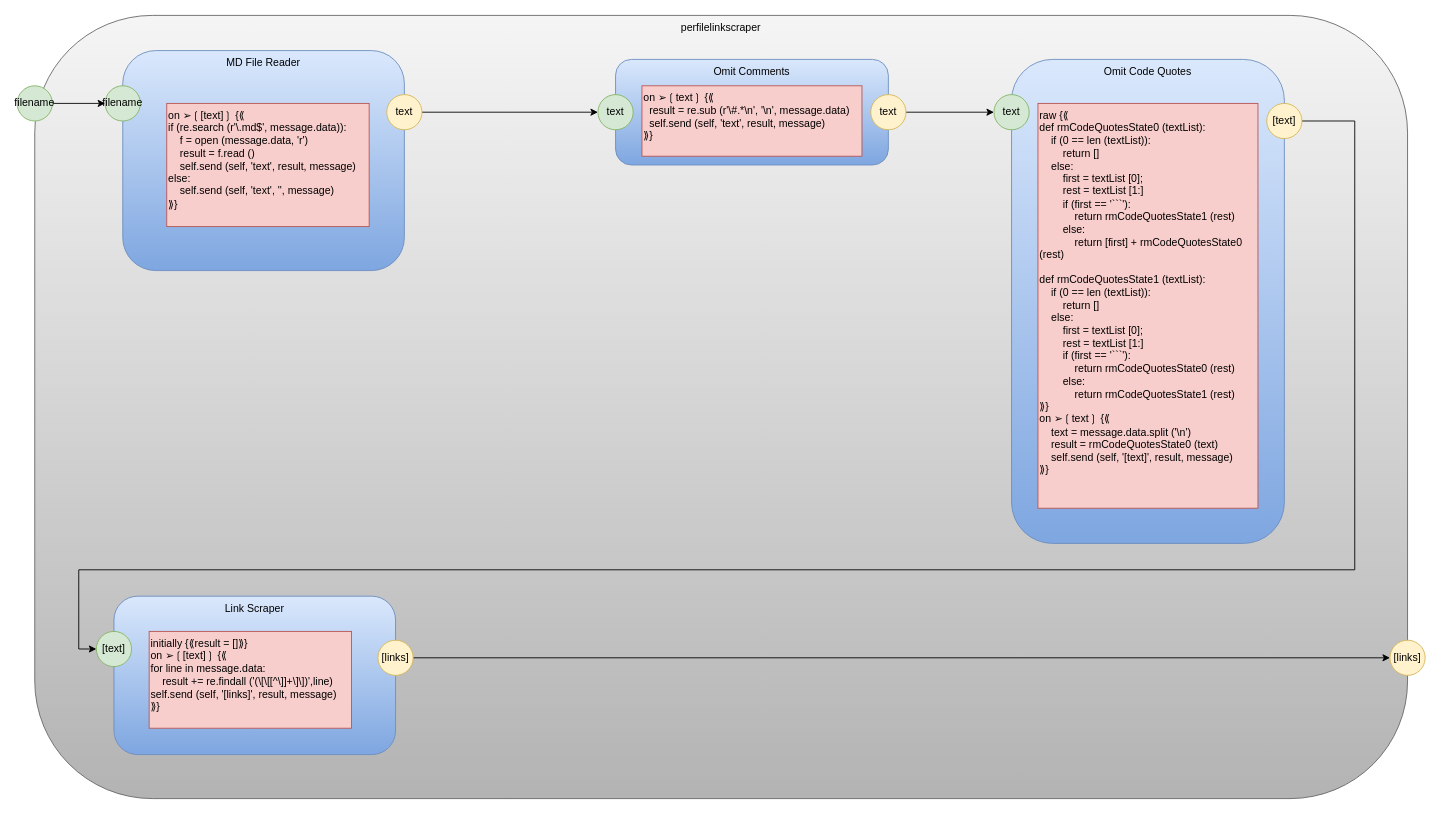
This is poc/perfilelinkscraper.drawio from guitarvydas/pypm, a draw.io file, before an edit. Source tidied: cells renumbered, new cells numbered last; positions are measured from the earlier drawing's top-left corner, leaving out a move shared by most shapes. Both pictures are drawn from the tidied source at 88%, with x=0, y=0 at pixel (17, 15).
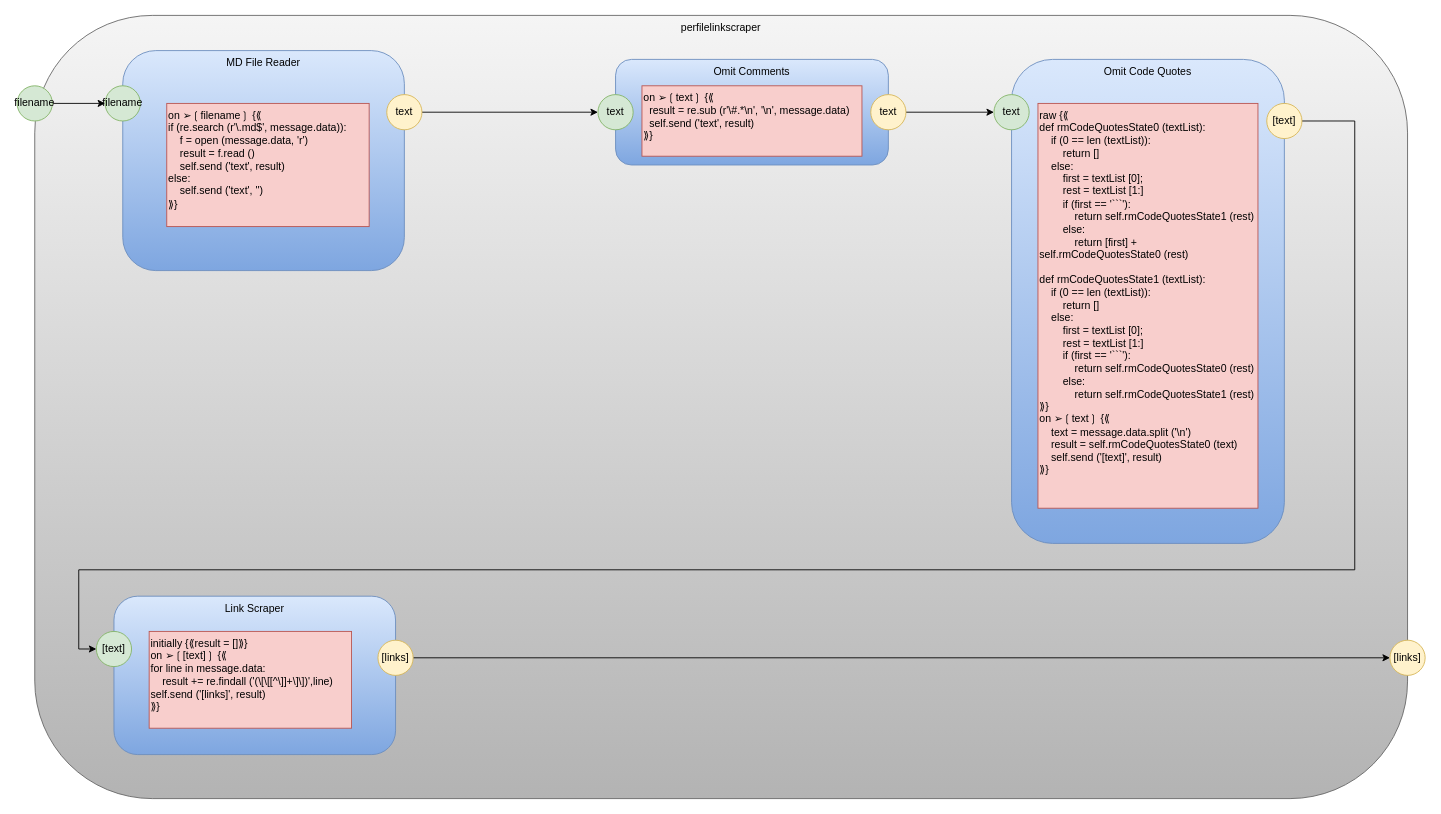
After the change.

Diff of the diagram source:
````diff
@@
-    <mxCell id="22" value="&lt;div&gt;&lt;div&gt;&lt;div&gt;raw {⟪&lt;/div&gt;&lt;div&gt;def rmCodeQuotesState0 (textList):&lt;/div&gt;&lt;div&gt;&amp;nbsp; &amp;nbsp; if (0 == len (textList)):&lt;/div&gt;&lt;div&gt;&amp;nbsp; &amp;nbsp; &amp;nbsp; &amp;nbsp; return []&lt;/div&gt;&lt;div&gt;&amp;nbsp; &amp;nbsp; else:&lt;/div&gt;&lt;div&gt;&amp;nbsp; &amp;nbsp; &amp;nbsp; &amp;nbsp; first = textList [0];&lt;/div&gt;&lt;div&gt;&amp;nbsp; &amp;nbsp; &amp;nbsp; &amp;nbsp; rest = textList [1:]&lt;/div&gt;&lt;div&gt;&amp;nbsp; &amp;nbsp; &amp;nbsp; &amp;nbsp; if (first == '```'):&lt;/div&gt;&lt;div&gt;&amp;nbsp; &amp;nbsp; &amp;nbsp; &amp;nbsp; &amp;nbsp; &amp;nbsp; return rmCodeQuotesState1 (rest)&lt;/div&gt;&lt;div&gt;&amp;nbsp; &amp;nbsp; &amp;nbsp; &amp;nbsp; else:&lt;/div&gt;&lt;div&gt;&amp;nbsp; &amp;nbsp; &amp;nbsp; &amp;nbsp; &amp;nbsp; &amp;nbsp; return [first] + rmCodeQuotesState0 (rest)&lt;/div&gt;&lt;div&gt;&amp;nbsp; &amp;nbsp; &amp;nbsp; &amp;nbsp;&amp;nbsp;&lt;/div&gt;&lt;div&gt;def rmCodeQuotesState1 (textList):&lt;/div&gt;&lt;div&gt;&amp;nbsp; &amp;nbsp; if (0 == len (textList)):&lt;/div&gt;&lt;div&gt;&amp;nbsp; &amp;nbsp; &amp;nbsp; &amp;nbsp; return []&lt;/div&gt;&lt;div&gt;&amp;nbsp; &amp;nbsp; else:&lt;/div&gt;&lt;div&gt;&amp;nbsp; &amp;nbsp; &amp;nbsp; &amp;nbsp; first = textList [0];&lt;/div&gt;&lt;div&gt;&amp;nbsp; &amp;nbsp; &amp;nbsp; &amp;nbsp; rest = textList [1:]&lt;/div&gt;&lt;div&gt;&amp;nbsp; &amp;nbsp; &amp;nbsp; &amp;nbsp; if (first == '```'):&lt;/div&gt;&lt;div&gt;&amp;nbsp; &amp;nbsp; &amp;nbsp; &amp;nbsp; &amp;nbsp; &amp;nbsp; return rmCodeQuotesState0 (rest)&lt;/div&gt;&lt;div&gt;&amp;nbsp; &amp;nbsp; &amp;nbsp; &amp;nbsp; else:&lt;/div&gt;&lt;div&gt;&amp;nbsp; &amp;nbsp; &amp;nbsp; &amp;nbsp; &amp;nbsp; &amp;nbsp; return rmCodeQuotesState1 (rest)&lt;/div&gt;&lt;div&gt;⟫}&lt;/div&gt;&lt;div&gt;on ➢❲text❳ {⟪&lt;/div&gt;&lt;div&gt;&amp;nbsp; &amp;nbsp; text = message.data.split ('\n')&lt;/div&gt;&lt;div&gt;&amp;nbsp; &amp;nbsp; result = rmCodeQuotesState0 (text)&lt;/div&gt;&lt;div&gt;&amp;nbsp; &amp;nbsp; self.send (self, '[text]', result, message)&lt;/div&gt;&lt;div&gt;⟫}&lt;/div&gt;&lt;/div&gt;&lt;/div&gt;&lt;div&gt;&lt;br&gt;&lt;/div&gt;" style="rounded=0;whiteSpace=wrap;html=1;align=left;verticalAlign=top;fillColor=#f8cecc;strokeColor=#b85450;" parent="1" vertex="1">
+    <mxCell id="22" value="&lt;div&gt;&lt;div&gt;&lt;div&gt;&lt;div&gt;&lt;div&gt;raw {⟪&lt;/div&gt;&lt;div&gt;def rmCodeQuotesState0 (textList):&lt;/div&gt;&lt;div&gt;&amp;nbsp; &amp;nbsp; if (0 == len (textList)):&lt;/div&gt;&lt;div&gt;&amp;nbsp; &amp;nbsp; &amp;nbsp; &amp;nbsp; return []&lt;/div&gt;&lt;div&gt;&amp;nbsp; &amp;nbsp; else:&lt;/div&gt;&lt;div&gt;&amp;nbsp; &amp;nbsp; &amp;nbsp; &amp;nbsp; first = textList [0];&lt;/div&gt;&lt;div&gt;&amp;nbsp; &amp;nbsp; &amp;nbsp; &amp;nbsp; rest = textList [1:]&lt;/div&gt;&lt;div&gt;&amp;nbsp; &amp;nbsp; &amp;nbsp; &amp;nbsp; if (first == '```'):&lt;/div&gt;&lt;div&gt;&amp;nbsp; &amp;nbsp; &amp;nbsp; &amp;nbsp; &amp;nbsp; &amp;nbsp; return self.rmCodeQuotesState1 (rest)&lt;/div&gt;&lt;div&gt;&amp;nbsp; &amp;nbsp; &amp;nbsp; &amp;nbsp; else:&lt;/div&gt;&lt;div&gt;&amp;nbsp; &amp;nbsp; &amp;nbsp; &amp;nbsp; &amp;nbsp; &amp;nbsp; return [first] + self.rmCodeQuotesState0 (rest)&lt;/div&gt;&lt;div&gt;&amp;nbsp; &amp;nbsp; &amp;nbsp; &amp;nbsp;&amp;nbsp;&lt;/div&gt;&lt;div&gt;def rmCodeQuotesState1 (textList):&lt;/div&gt;&lt;div&gt;&amp;nbsp; &amp;nbsp; if (0 == len (textList)):&lt;/div&gt;&lt;div&gt;&amp;nbsp; &amp;nbsp; &amp;nbsp; &amp;nbsp; return []&lt;/div&gt;&lt;div&gt;&amp;nbsp; &amp;nbsp; else:&lt;/div&gt;&lt;div&gt;&amp;nbsp; &amp;nbsp; &amp;nbsp; &amp;nbsp; first = textList [0];&lt;/div&gt;&lt;div&gt;&amp;nbsp; &amp;nbsp; &amp;nbsp; &amp;nbsp; rest = textList [1:]&lt;/div&gt;&lt;div&gt;&amp;nbsp; &amp;nbsp; &amp;nbsp; &amp;nbsp; if (first == '```'):&lt;/div&gt;&lt;div&gt;&amp;nbsp; &amp;nbsp; &amp;nbsp; &amp;nbsp; &amp;nbsp; &amp;nbsp; return self.rmCodeQuotesState0 (rest)&lt;/div&gt;&lt;div&gt;&amp;nbsp; &amp;nbsp; &amp;nbsp; &amp;nbsp; else:&lt;/div&gt;&lt;div&gt;&amp;nbsp; &amp;nbsp; &amp;nbsp; &amp;nbsp; &amp;nbsp; &amp;nbsp; return self.rmCodeQuotesState1 (rest)&lt;/div&gt;&lt;div&gt;⟫}&lt;/div&gt;&lt;div&gt;on ➢❲text❳ {⟪&lt;/div&gt;&lt;div&gt;&amp;nbsp; &amp;nbsp; text = message.data.split ('\n')&lt;/div&gt;&lt;div&gt;&amp;nbsp; &amp;nbsp; result = self.rmCodeQuotesState0 (text)&lt;/div&gt;&lt;div&gt;&amp;nbsp; &amp;nbsp; self.send ('[text]', result)&lt;/div&gt;&lt;div&gt;⟫}&lt;/div&gt;&lt;/div&gt;&lt;/div&gt;&lt;/div&gt;&lt;/div&gt;&lt;div&gt;&lt;br&gt;&lt;/div&gt;" style="rounded=0;whiteSpace=wrap;html=1;align=left;verticalAlign=top;fillColor=#f8cecc;strokeColor=#b85450;" parent="1" vertex="1">
       <mxGeometry x="1160" y="100" width="250" height="460" as="geometry" />
     </mxCell>
-    <mxCell id="23" value="&lt;div&gt;&lt;div&gt;on ➢❲text❳ {⟪&lt;/div&gt;&lt;div&gt;&amp;nbsp; result = re.sub (r'\#.*\n', '\n', message.data)&lt;/div&gt;&lt;div&gt;&amp;nbsp; self.send (self, 'text', result, message)&lt;/div&gt;&lt;div&gt;⟫}&lt;/div&gt;&lt;/div&gt;&lt;div&gt;&lt;br&gt;&lt;/div&gt;" style="rounded=0;whiteSpace=wrap;html=1;align=left;verticalAlign=top;fillColor=#f8cecc;strokeColor=#b85450;" parent="1" vertex="1">
+    <mxCell id="23" value="&lt;div&gt;&lt;div&gt;&lt;div&gt;on ➢❲text❳ {⟪&lt;/div&gt;&lt;div&gt;&amp;nbsp; result = re.sub (r'\#.*\n', '\n', message.data)&lt;/div&gt;&lt;div&gt;&amp;nbsp; self.send ('text', result)&lt;/div&gt;&lt;div&gt;⟫}&lt;/div&gt;&lt;/div&gt;&lt;/div&gt;&lt;div&gt;&lt;br&gt;&lt;/div&gt;" style="rounded=0;whiteSpace=wrap;html=1;align=left;verticalAlign=top;fillColor=#f8cecc;strokeColor=#b85450;" parent="1" vertex="1">
       <mxGeometry x="710" y="80" width="250" height="80" as="geometry" />
     </mxCell>
-    <mxCell id="24" value="&lt;div&gt;&lt;div&gt;&lt;div&gt;&lt;div&gt;&lt;div&gt;&lt;div&gt;on ➢❲[text]❳ {⟪&lt;/div&gt;&lt;div&gt;if (re.search (r'\.md$', message.data)):&lt;/div&gt;&lt;div&gt;&amp;nbsp; &amp;nbsp; f = open (message.data, 'r')&lt;/div&gt;&lt;div&gt;&amp;nbsp; &amp;nbsp; result = f.read ()&lt;/div&gt;&lt;div&gt;&amp;nbsp; &amp;nbsp; self.send (self, 'text', result, message)&lt;/div&gt;&lt;div&gt;else:&lt;/div&gt;&lt;div&gt;&amp;nbsp; &amp;nbsp; self.send (self, 'text', '', message)&lt;/div&gt;&lt;div&gt;⟫}&lt;/div&gt;&lt;/div&gt;&lt;/div&gt;&lt;/div&gt;&lt;/div&gt;&lt;/div&gt;&lt;div&gt;&lt;br&gt;&lt;/div&gt;" style="rounded=0;whiteSpace=wrap;html=1;align=left;verticalAlign=top;fillColor=#f8cecc;strokeColor=#b85450;" parent="1" vertex="1">
+    <mxCell id="24" value="&lt;div&gt;&lt;div&gt;&lt;div&gt;&lt;div&gt;&lt;div&gt;&lt;div&gt;&lt;div&gt;&lt;div&gt;&lt;div&gt;&lt;div&gt;on ➢❲filename❳ {⟪&lt;/div&gt;&lt;div&gt;if (re.search (r'\.md$', message.data)):&lt;/div&gt;&lt;div&gt;&amp;nbsp; &amp;nbsp; f = open (message.data, 'r')&lt;/div&gt;&lt;div&gt;&amp;nbsp; &amp;nbsp; result = f.read ()&lt;/div&gt;&lt;div&gt;&amp;nbsp; &amp;nbsp; self.send ('text', result)&lt;/div&gt;&lt;div&gt;else:&lt;/div&gt;&lt;div&gt;&amp;nbsp; &amp;nbsp; self.send ('text', '')&lt;/div&gt;&lt;div&gt;⟫}&lt;/div&gt;&lt;/div&gt;&lt;/div&gt;&lt;/div&gt;&lt;/div&gt;&lt;/div&gt;&lt;/div&gt;&lt;/div&gt;&lt;/div&gt;&lt;/div&gt;&lt;div&gt;&lt;br&gt;&lt;/div&gt;" style="rounded=0;whiteSpace=wrap;html=1;align=left;verticalAlign=top;fillColor=#f8cecc;strokeColor=#b85450;" parent="1" vertex="1">
       <mxGeometry x="170" y="100" width="230" height="140" as="geometry" />
     </mxCell>
-    <mxCell id="25" value="&lt;div&gt;&lt;div&gt;initially {⟪result = []⟫}&lt;/div&gt;&lt;div&gt;on ➢❲[text]❳ {⟪&lt;/div&gt;&lt;div&gt;for line in message.data:&lt;/div&gt;&lt;div&gt;&amp;nbsp; &amp;nbsp; result += re.findall ('(\[\[[^\]]+\]\])',line)&lt;/div&gt;&lt;div&gt;self.send (self, '[links]', result, message)&lt;/div&gt;&lt;div&gt;⟫}&lt;/div&gt;&lt;/div&gt;&lt;div&gt;&lt;br&gt;&lt;/div&gt;" style="rounded=0;whiteSpace=wrap;html=1;align=left;verticalAlign=top;fillColor=#f8cecc;strokeColor=#b85450;" parent="1" vertex="1">
+    <mxCell id="25" value="&lt;div&gt;&lt;div&gt;&lt;div&gt;initially {⟪result = []⟫}&lt;/div&gt;&lt;div&gt;on ➢❲[text]❳ {⟪&lt;/div&gt;&lt;div&gt;for line in message.data:&lt;/div&gt;&lt;div&gt;&amp;nbsp; &amp;nbsp; result += re.findall ('(\[\[[^\]]+\]\])',line)&lt;/div&gt;&lt;div&gt;self.send ('[links]', result)&lt;/div&gt;&lt;div&gt;⟫}&lt;/div&gt;&lt;/div&gt;&lt;/div&gt;&lt;div&gt;&lt;br&gt;&lt;/div&gt;" style="rounded=0;whiteSpace=wrap;html=1;align=left;verticalAlign=top;fillColor=#f8cecc;strokeColor=#b85450;" parent="1" vertex="1">
       <mxGeometry x="150" y="700" width="230" height="110" as="geometry" />
     </mxCell>
````
